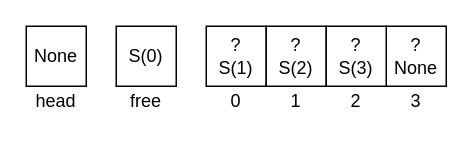
Before: figs/new.drawio in perlindgren/inplace-sort, a draw.io diagram. Source tidied: cells renumbered, new cells numbered last; positions are measured from the earlier drawing's top-left corner, leaving out a move shared by most shapes. Both pictures are drawn from the tidied source at 150%, with x=0, y=0 at pixel (26, 26).
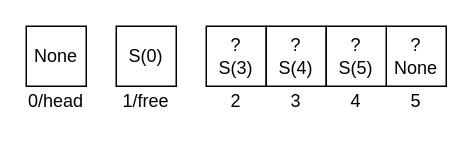
The same diagram, later.

Change to the diagram source:
```diff
@@
 <mxGraphModel>
   <root>
     <mxCell id="0" />
     <mxCell id="1" parent="0" />
-    <mxCell id="2" value="?&lt;br&gt;&lt;div&gt;S(1)&lt;/div&gt;" style="whiteSpace=wrap;html=1;" parent="1" vertex="1">
+    <mxCell id="2" value="?&lt;br&gt;&lt;div&gt;S(3)&lt;/div&gt;" style="whiteSpace=wrap;html=1;" parent="1" vertex="1">
       <mxGeometry x="120" width="40" height="40" as="geometry" />
     </mxCell>
-    <mxCell id="3" value="?&lt;br&gt;&lt;div&gt;S(2)&lt;/div&gt;" style="whiteSpace=wrap;html=1;" parent="1" vertex="1">
+    <mxCell id="3" value="?&lt;br&gt;&lt;div&gt;S(4)&lt;/div&gt;" style="whiteSpace=wrap;html=1;" parent="1" vertex="1">
       <mxGeometry x="160" width="40" height="40" as="geometry" />
     </mxCell>
     <mxCell id="4" value="?&lt;br&gt;&lt;div&gt;None&lt;/div&gt;" style="whiteSpace=wrap;html=1;" parent="1" vertex="1">
       <mxGeometry x="240" width="40" height="40" as="geometry" />
     </mxCell>
-    <mxCell id="5" value="?&lt;br&gt;&lt;div&gt;S(3)&lt;/div&gt;" style="whiteSpace=wrap;html=1;" parent="1" vertex="1">
+    <mxCell id="5" value="?&lt;br&gt;&lt;div&gt;S(5)&lt;/div&gt;" style="whiteSpace=wrap;html=1;" parent="1" vertex="1">
       <mxGeometry x="200" width="40" height="40" as="geometry" />
     </mxCell>
     <mxCell id="6" value="S(0)" style="rounded=0;whiteSpace=wrap;html=1;" parent="1" vertex="1">
       <mxGeometry x="60" width="40" height="40" as="geometry" />
     </mxCell>
     <mxCell id="7" value="None" style="rounded=0;whiteSpace=wrap;html=1;" parent="1" vertex="1">
       <mxGeometry width="40" height="40" as="geometry" />
     </mxCell>
-    <mxCell id="8" value="head" style="text;html=1;whiteSpace=wrap;strokeColor=none;fillColor=none;align=center;verticalAlign=middle;rounded=0;" parent="1" vertex="1">
+    <mxCell id="8" value="0/head" style="text;html=1;whiteSpace=wrap;strokeColor=none;fillColor=none;align=center;verticalAlign=middle;rounded=0;" parent="1" vertex="1">
       <mxGeometry y="40" width="40" height="20" as="geometry" />
     </mxCell>
-    <mxCell id="9" value="free" style="text;html=1;whiteSpace=wrap;strokeColor=none;fillColor=none;align=center;verticalAlign=middle;rounded=0;" parent="1" vertex="1">
+    <mxCell id="9" value="1/free" style="text;html=1;whiteSpace=wrap;strokeColor=none;fillColor=none;align=center;verticalAlign=middle;rounded=0;" parent="1" vertex="1">
       <mxGeometry x="60" y="40" width="40" height="20" as="geometry" />
     </mxCell>
-    <mxCell id="10" value="0" style="text;html=1;whiteSpace=wrap;strokeColor=none;fillColor=none;align=center;verticalAlign=middle;rounded=0;" parent="1" vertex="1">
+    <mxCell id="10" value="2" style="text;html=1;whiteSpace=wrap;strokeColor=none;fillColor=none;align=center;verticalAlign=middle;rounded=0;" parent="1" vertex="1">
       <mxGeometry x="120" y="40" width="40" height="20" as="geometry" />
     </mxCell>
-    <mxCell id="11" value="1" style="text;html=1;whiteSpace=wrap;strokeColor=none;fillColor=none;align=center;verticalAlign=middle;rounded=0;" parent="1" vertex="1">
+    <mxCell id="11" value="3" style="text;html=1;whiteSpace=wrap;strokeColor=none;fillColor=none;align=center;verticalAlign=middle;rounded=0;" parent="1" vertex="1">
       <mxGeometry x="160" y="40" width="40" height="20" as="geometry" />
     </mxCell>
-    <mxCell id="12" value="2" style="text;html=1;whiteSpace=wrap;strokeColor=none;fillColor=none;align=center;verticalAlign=middle;rounded=0;" parent="1" vertex="1">
+    <mxCell id="12" value="4" style="text;html=1;whiteSpace=wrap;strokeColor=none;fillColor=none;align=center;verticalAlign=middle;rounded=0;" parent="1" vertex="1">
       <mxGeometry x="200" y="40" width="40" height="20" as="geometry" />
     </mxCell>
-    <mxCell id="13" value="3" style="text;html=1;whiteSpace=wrap;strokeColor=none;fillColor=none;align=center;verticalAlign=middle;rounded=0;" parent="1" vertex="1">
+    <mxCell id="13" value="5" style="text;html=1;whiteSpace=wrap;strokeColor=none;fillColor=none;align=center;verticalAlign=middle;rounded=0;" parent="1" vertex="1">
       <mxGeometry x="240" y="40" width="40" height="20" as="geometry" />
     </mxCell>
   </root>
 </mxGraphModel>
```
